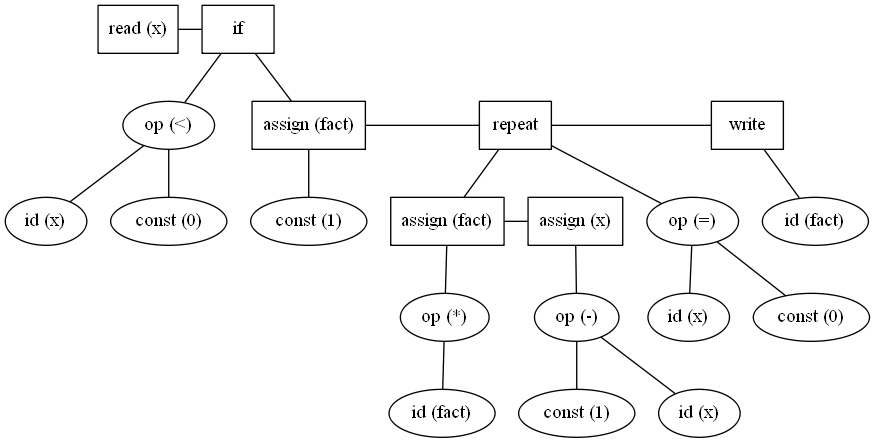
Before: tree.gv.png, a diagram exported from Graphviz (Abdullah-A-Elsayed/TinyParser). Its source is kept beside it as tree.gv.
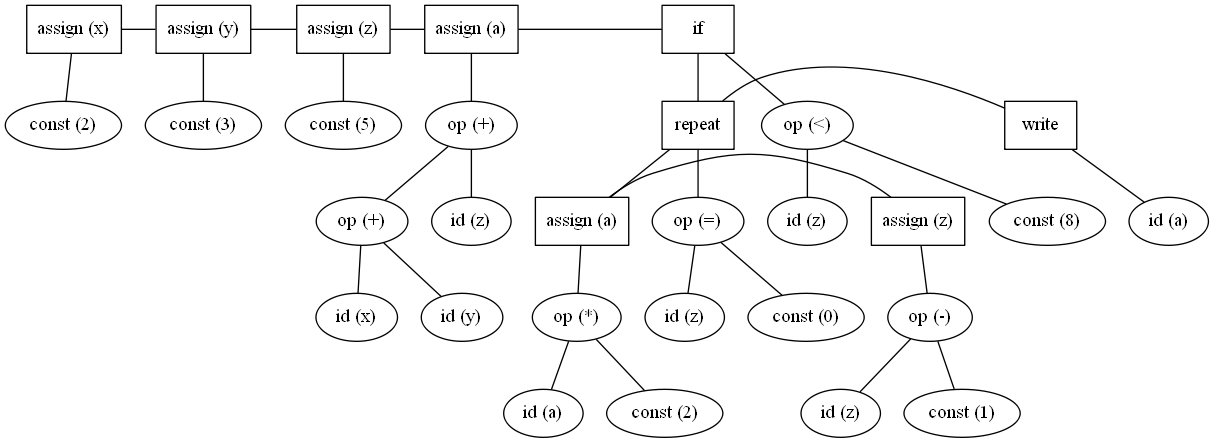
Later version of the same file.

The edit, as a diff of the source:
```diff
@@ -1,56 +1,76 @@
 graph tree {
 	{
 		rank=same
-		0 [label="read (x)" shape=rectangle]
-		1 [label=if shape=rectangle]
+		0 [label="assign (x)" shape=rectangle]
+		2 [label="assign (y)" shape=rectangle]
+		4 [label="assign (z)" shape=rectangle]
+		6 [label="assign (a)" shape=rectangle]
+		12 [label=if shape=rectangle]
 	}
 	{
 		rank=same
-		3 [label="op (<)" shape=""]
-		5 [label="assign (fact)" shape=rectangle]
-		7 [label=repeat shape=rectangle]
-		18 [label=write shape=rectangle]
+		1 [label="const (2)" shape=""]
+		3 [label="const (3)" shape=""]
+		5 [label="const (5)" shape=""]
+		10 [label="op (+)" shape=""]
+		14 [label="op (<)" shape=""]
+		16 [label=repeat shape=rectangle]
+		28 [label=write shape=rectangle]
 	}
 	{
 		rank=same
-		2 [label="const (0)" shape=""]
-		4 [label="id (x)" shape=""]
-		6 [label="const (1)" shape=""]
-		8 [label="assign (fact)" shape=rectangle]
-		11 [label="assign (x)" shape=rectangle]
-		16 [label="op (=)" shape=""]
-		19 [label="id (fact)" shape=""]
+		8 [label="op (+)" shape=""]
+		11 [label="id (z)" shape=""]
+		13 [label="id (z)" shape=""]
+		15 [label="const (8)" shape=""]
+		17 [label="assign (a)" shape=rectangle]
+		21 [label="assign (z)" shape=rectangle]
+		26 [label="op (=)" shape=""]
+		29 [label="id (a)" shape=""]
 	}
 	{
 		rank=same
-		10 [label="op (*)" shape=""]
-		13 [label="op (-)" shape=""]
-		15 [label="id (x)" shape=""]
-		17 [label="const (0)" shape=""]
+		7 [label="id (x)" shape=""]
+		9 [label="id (y)" shape=""]
+		19 [label="op (*)" shape=""]
+		23 [label="op (-)" shape=""]
+		25 [label="id (z)" shape=""]
+		27 [label="const (0)" shape=""]
 	}
 	{
 		rank=same
-		9 [label="id (fact)" shape=""]
-		12 [label="id (x)" shape=""]
-		14 [label="const (1)" shape=""]
+		18 [label="id (a)" shape=""]
+		20 [label="const (2)" shape=""]
+		22 [label="id (z)" shape=""]
+		24 [label="const (1)" shape=""]
 	}
 	0 -- 1
-	3 -- 2
-	1 -- 3
-	3 -- 4
-	1 -- 5
-	5 -- 6
-	5 -- 7
-	7 -- 8
-	10 -- 9
-	8 -- 10
-	8 -- 11
-	13 -- 12
-	11 -- 13
-	13 -- 14
-	16 -- 15
-	7 -- 16
+	0 -- 2
+	2 -- 3
+	2 -- 4
+	4 -- 5
+	4 -- 6
+	8 -- 7
+	10 -- 8
+	8 -- 9
+	6 -- 10
+	10 -- 11
+	6 -- 12
+	14 -- 13
+	12 -- 14
+	14 -- 15
+	12 -- 16
 	16 -- 17
-	7 -- 18
-	18 -- 19
+	19 -- 18
+	17 -- 19
+	19 -- 20
+	17 -- 21
+	23 -- 22
+	21 -- 23
+	23 -- 24
+	26 -- 25
+	16 -- 26
+	26 -- 27
+	16 -- 28
+	28 -- 29
 }
```
